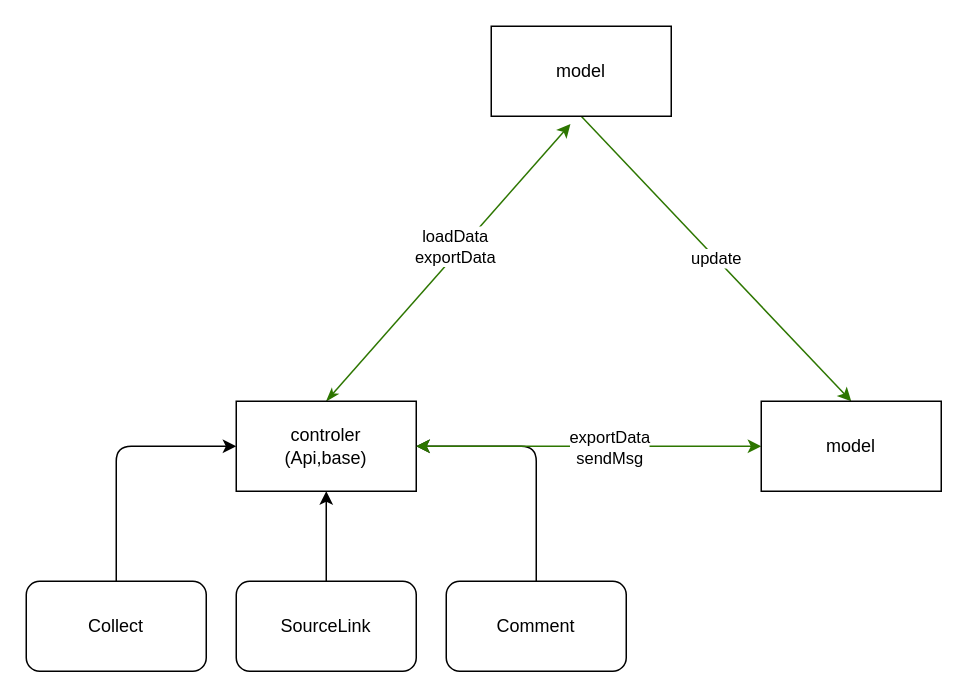
Before: docs/controler/overview.drawio in tower-town/Koala-Hacker-News, a draw.io diagram. Source tidied: cells renumbered, new cells numbered last; positions are measured from the earlier drawing's top-left corner, leaving out a move shared by most shapes. Both pictures are drawn from the tidied source at 150%, with x=0, y=0 at pixel (26, 26).
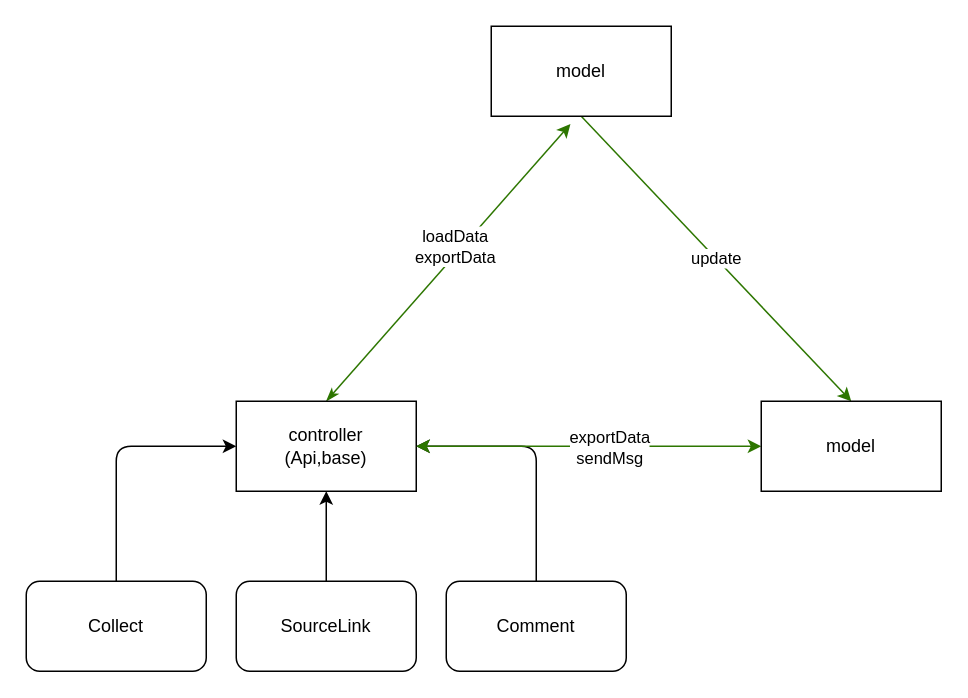
The same page after the edit.

Diff of the diagram source:
```diff
@@
 <mxGraphModel>
   <root>
     <mxCell id="0" />
     <mxCell id="1" parent="0" />
     <mxCell id="2" style="edgeStyle=none;html=1;exitX=0.5;exitY=0;exitDx=0;exitDy=0;startArrow=classicThin;startFill=1;fillColor=#60a917;strokeColor=#2D7600;entryX=0.44;entryY=1.087;entryDx=0;entryDy=0;entryPerimeter=0;" parent="1" edge="1" source="4" target="12">
       <mxGeometry relative="1" as="geometry" />
     </mxCell>
     <mxCell id="3" value="loadData&lt;br&gt;exportData" style="edgeLabel;html=1;align=center;verticalAlign=middle;" parent="2" vertex="1">
       <mxGeometry x="0.09" y="4" relative="1" as="geometry" />
     </mxCell>
-    <mxCell id="4" value="controler&lt;br&gt;(Api,base)" style="rounded=0;whiteSpace=wrap;html=1;" parent="1" vertex="1">
+    <mxCell id="4" value="controller&lt;br&gt;(Api,base)" style="rounded=0;whiteSpace=wrap;html=1;" parent="1" vertex="1">
       <mxGeometry x="140" y="250" width="120" height="60" as="geometry" />
     </mxCell>
     <mxCell id="5" style="edgeStyle=orthogonalEdgeStyle;html=1;exitX=0.5;exitY=0;exitDx=0;exitDy=0;entryX=0;entryY=0.5;entryDx=0;entryDy=0;" parent="1" edge="1" source="6" target="4">
       <mxGeometry relative="1" as="geometry" />
     </mxCell>
     <mxCell id="6" value="Collect" style="rounded=1;whiteSpace=wrap;html=1;" parent="1" vertex="1">
       <mxGeometry y="370" width="120" height="60" as="geometry" />
     </mxCell>
     <mxCell id="7" style="edgeStyle=orthogonalEdgeStyle;html=1;exitX=0.5;exitY=0;exitDx=0;exitDy=0;entryX=1;entryY=0.5;entryDx=0;entryDy=0;" parent="1" edge="1" source="8" target="4">
       <mxGeometry relative="1" as="geometry">
         <Array as="points">
           <mxPoint x="340" y="370" />
           <mxPoint x="340" y="280" />
         </Array>
       </mxGeometry>
     </mxCell>
     <mxCell id="8" value="Comment" style="rounded=1;whiteSpace=wrap;html=1;" parent="1" vertex="1">
       <mxGeometry x="280" y="370" width="120" height="60" as="geometry" />
     </mxCell>
     <mxCell id="9" style="edgeStyle=orthogonalEdgeStyle;html=1;exitX=0.5;exitY=0;exitDx=0;exitDy=0;entryX=0.5;entryY=1;entryDx=0;entryDy=0;" parent="1" edge="1" source="10" target="4">
       <mxGeometry relative="1" as="geometry" />
     </mxCell>
     <mxCell id="10" value="SourceLink" style="rounded=1;whiteSpace=wrap;html=1;" parent="1" vertex="1">
       <mxGeometry x="140" y="370" width="120" height="60" as="geometry" />
     </mxCell>
     <mxCell id="11" value="update" style="edgeStyle=none;html=1;exitX=0.5;exitY=1;exitDx=0;exitDy=0;entryX=0.5;entryY=0;entryDx=0;entryDy=0;fillColor=#60a917;strokeColor=#2D7600;" parent="1" edge="1" source="12" target="15">
       <mxGeometry relative="1" as="geometry" />
     </mxCell>
     <mxCell id="12" value="model" style="rounded=0;whiteSpace=wrap;html=1;" parent="1" vertex="1">
       <mxGeometry x="310" width="120" height="60" as="geometry" />
     </mxCell>
     <mxCell id="13" style="edgeStyle=none;html=1;exitX=0;exitY=0.5;exitDx=0;exitDy=0;entryX=1;entryY=0.5;entryDx=0;entryDy=0;fillColor=#60a917;strokeColor=#2D7600;startArrow=classic;startFill=1;" parent="1" edge="1" source="15" target="4">
       <mxGeometry relative="1" as="geometry" />
     </mxCell>
     <mxCell id="14" value="exportData&lt;br&gt;sendMsg" style="edgeLabel;html=1;align=center;verticalAlign=middle;" parent="13" vertex="1">
       <mxGeometry x="-0.11" y="4" relative="1" as="geometry">
         <mxPoint y="-4" as="offset" />
       </mxGeometry>
     </mxCell>
     <mxCell id="15" value="model" style="rounded=0;whiteSpace=wrap;html=1;" parent="1" vertex="1">
       <mxGeometry x="490" y="250" width="120" height="60" as="geometry" />
     </mxCell>
   </root>
 </mxGraphModel>
```
